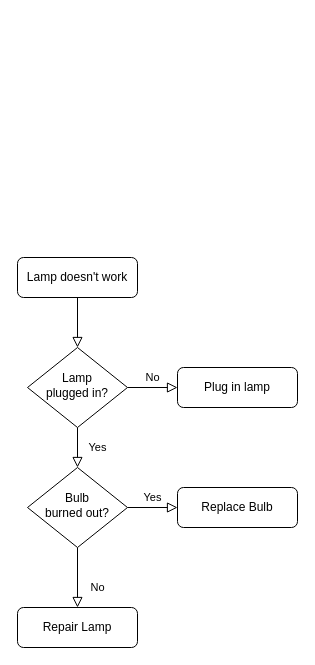
Before: Untitled Diagram.drawio in woshijiangyuhao/intro-html, a draw.io diagram. Source tidied: cells renumbered, new cells numbered last; positions are measured from the earlier drawing's top-left corner, leaving out a move shared by most shapes. Both pictures are drawn from the tidied source at 100%, with x=0, y=0 at pixel (17, 257).
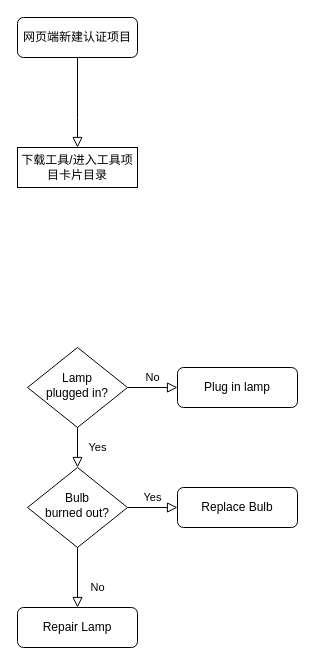
The same diagram, later.

Change to the diagram source:
```diff
@@
 <mxGraphModel>
   <root>
     <mxCell id="0" />
     <mxCell id="1" parent="0" />
-    <mxCell id="2" style="rounded=0;html=1;jettySize=auto;fontSize=11;endArrow=block;endFill=0;endSize=8;strokeWidth=1;shadow=0;labelBackgroundColor=none;edgeStyle=orthogonalEdgeStyle;" parent="1" edge="1" source="3" target="6">
-      <mxGeometry relative="1" as="geometry" />
+    <mxCell id="2" style="rounded=0;html=1;jettySize=auto;fontSize=11;endArrow=block;endFill=0;endSize=8;strokeWidth=1;shadow=0;labelBackgroundColor=none;edgeStyle=orthogonalEdgeStyle;" parent="1" edge="1" source="3">
+      <mxGeometry relative="1" as="geometry">
+        <mxPoint x="60" y="-110" as="targetPoint" />
+        <Array as="points">
+          <mxPoint x="60" y="-140" />
+          <mxPoint x="60" y="-140" />
+        </Array>
+      </mxGeometry>
     </mxCell>
-    <mxCell id="3" value="Lamp doesn't work" style="rounded=1;whiteSpace=wrap;html=1;fontSize=12;glass=0;strokeWidth=1;shadow=0;" parent="1" vertex="1">
-      <mxGeometry width="120" height="40" as="geometry" />
+    <mxCell id="3" value="网页端新建认证项目" style="rounded=1;whiteSpace=wrap;html=1;fontSize=12;glass=0;strokeWidth=1;shadow=0;" parent="1" vertex="1">
+      <mxGeometry y="-240" width="120" height="40" as="geometry" />
     </mxCell>
     <mxCell id="4" value="Yes" style="rounded=0;html=1;jettySize=auto;fontSize=11;endArrow=block;endFill=0;endSize=8;strokeWidth=1;shadow=0;labelBackgroundColor=none;edgeStyle=orthogonalEdgeStyle;" parent="1" edge="1" source="6" target="10">
       <mxGeometry y="20" relative="1" as="geometry" />
     </mxCell>
     <mxCell id="5" value="No" style="edgeStyle=orthogonalEdgeStyle;rounded=0;html=1;jettySize=auto;fontSize=11;endArrow=block;endFill=0;endSize=8;strokeWidth=1;shadow=0;labelBackgroundColor=none;" parent="1" edge="1" source="6" target="7">
       <mxGeometry y="10" relative="1" as="geometry" />
     </mxCell>
     <mxCell id="6" value="Lamp&lt;br&gt;plugged in?" style="rhombus;whiteSpace=wrap;html=1;shadow=0;fontFamily=Helvetica;fontSize=12;align=center;strokeWidth=1;spacing=6;spacingTop=-4;" parent="1" vertex="1">
       <mxGeometry x="10" y="90" width="100" height="80" as="geometry" />
     </mxCell>
     <mxCell id="7" value="Plug in lamp" style="rounded=1;whiteSpace=wrap;html=1;fontSize=12;glass=0;strokeWidth=1;shadow=0;" parent="1" vertex="1">
       <mxGeometry x="160" y="110" width="120" height="40" as="geometry" />
     </mxCell>
     <mxCell id="8" value="No" style="rounded=0;html=1;jettySize=auto;fontSize=11;endArrow=block;endFill=0;endSize=8;strokeWidth=1;shadow=0;labelBackgroundColor=none;edgeStyle=orthogonalEdgeStyle;" parent="1" edge="1" source="10" target="11">
       <mxGeometry x="0.33" y="20" relative="1" as="geometry" />
     </mxCell>
     <mxCell id="9" value="Yes" style="edgeStyle=orthogonalEdgeStyle;rounded=0;html=1;jettySize=auto;fontSize=11;endArrow=block;endFill=0;endSize=8;strokeWidth=1;shadow=0;labelBackgroundColor=none;" parent="1" edge="1" source="10" target="12">
       <mxGeometry y="10" relative="1" as="geometry" />
     </mxCell>
     <mxCell id="10" value="Bulb&lt;br&gt;burned out?" style="rhombus;whiteSpace=wrap;html=1;shadow=0;fontFamily=Helvetica;fontSize=12;align=center;strokeWidth=1;spacing=6;spacingTop=-4;" parent="1" vertex="1">
       <mxGeometry x="10" y="210" width="100" height="80" as="geometry" />
     </mxCell>
     <mxCell id="11" value="Repair Lamp" style="rounded=1;whiteSpace=wrap;html=1;fontSize=12;glass=0;strokeWidth=1;shadow=0;" parent="1" vertex="1">
       <mxGeometry y="350" width="120" height="40" as="geometry" />
     </mxCell>
     <mxCell id="12" value="Replace Bulb" style="rounded=1;whiteSpace=wrap;html=1;fontSize=12;glass=0;strokeWidth=1;shadow=0;" parent="1" vertex="1">
       <mxGeometry x="160" y="230" width="120" height="40" as="geometry" />
     </mxCell>
+    <mxCell id="13" value="下载工具/进入工具项目卡片目录" style="rounded=0;whiteSpace=wrap;html=1;" parent="1" vertex="1">
+      <mxGeometry y="-110" width="120" height="40" as="geometry" />
+    </mxCell>
   </root>
 </mxGraphModel>
```
